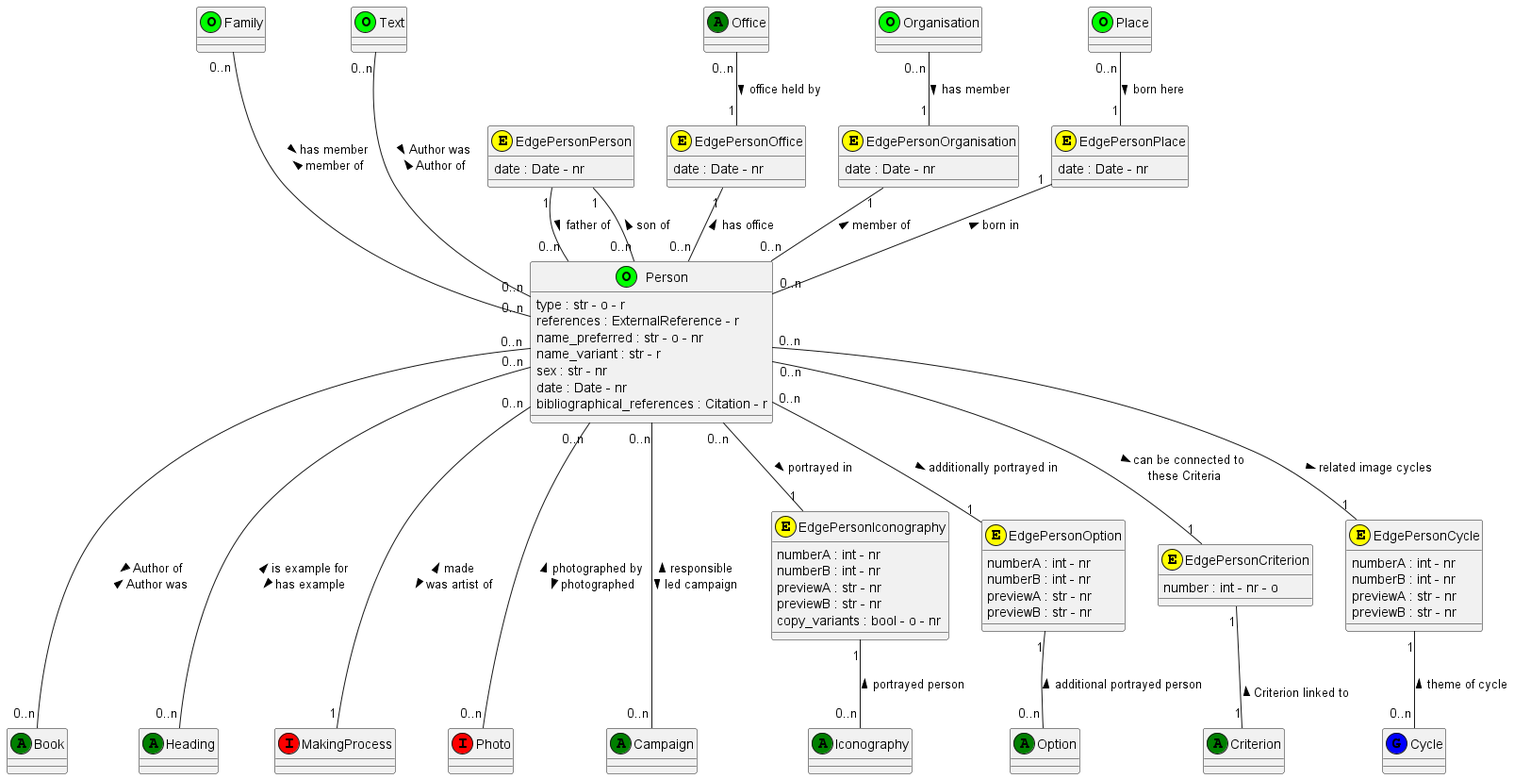
The PlantUML diagram documentation/class_diagrams/Person.png in tmasch/bpf_be, before a commit.
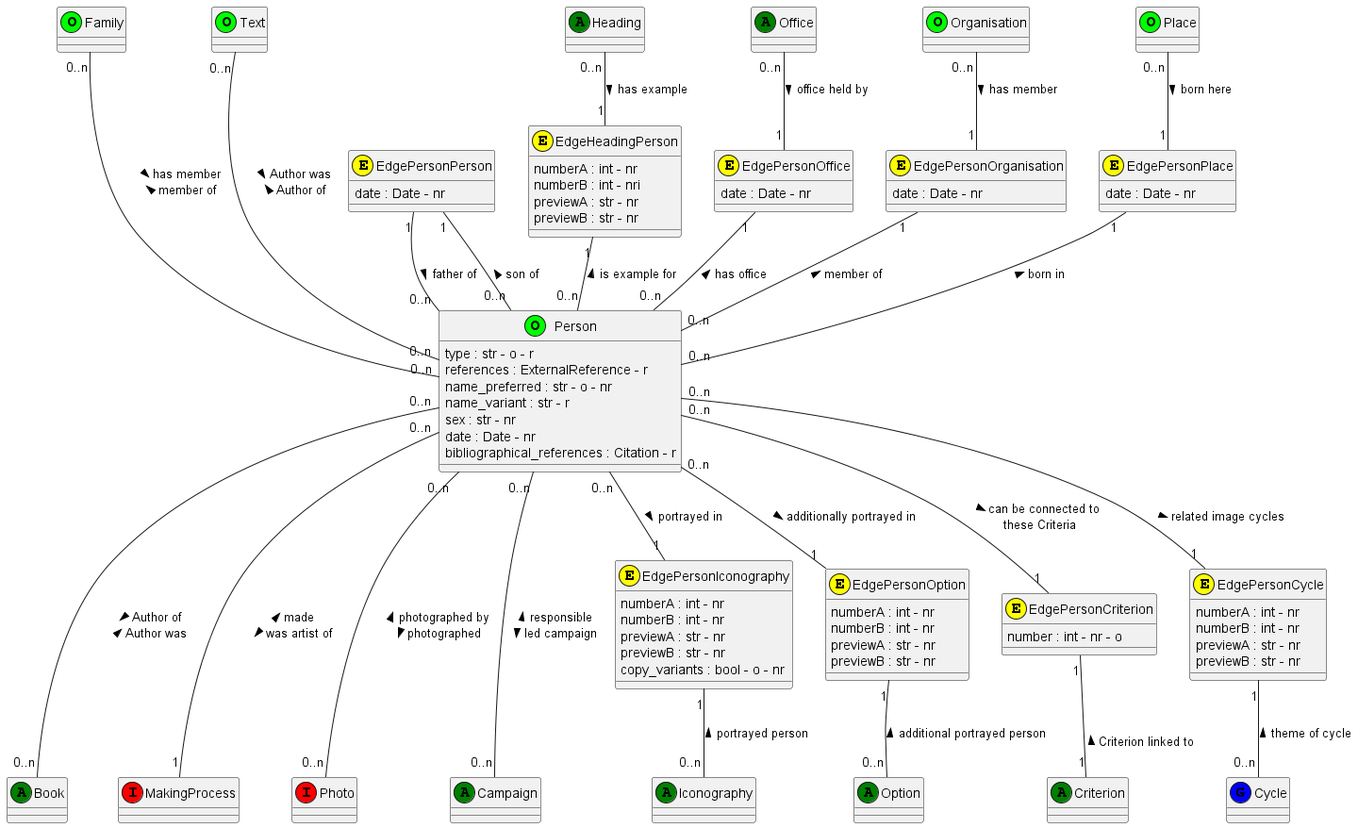
Later version of the same file.

The edit, as a diff of the source:
```diff
@@ -40,6 +40,12 @@
 class EdgePersonPerson <<(E,yellow)>>
 EdgePersonPerson : date : Date - nr
 
+class EdgeHeadingPerson  <<(E,yellow)>>
+EdgeHeadingPerson : numberA : int - nr
+EdgeHeadingPerson : numberB : int - nri
+EdgeHeadingPerson : previewA : str - nr
+EdgeHeadingPerson : previewB : str - nr
+
 class EdgePersonOffice <<(E,yellow)>>
 EdgePersonOffice : date : Date - nr
 
@@ -74,6 +80,9 @@
 EdgePersonPerson "1" -- "0..n" Person : father of >
 EdgePersonPerson "1" -- "0..n" Person : son of <
 
+Heading "0..n" -- "1" EdgeHeadingPerson : > has example
+EdgeHeadingPerson "1" -- "0..n" Person :  is example for <
+
 Family "0..n" --- "0..n" Person : > has member \n member of <
 
 Office "0..n" -- "1" EdgePersonOffice : office held by >
@@ -101,8 +110,6 @@
 
 Person "0..n" --- "0..n" Book : > Author of \n Author was <
 
-Person "0..n" --- "0..n" Heading : < is example for \n has example >
-
 Person "0..n" --- "1" MakingProcess : < made \n was artist of >
 
 Person "0..n" --- "0..n" Photo : < photographed by \n photographed >
```
